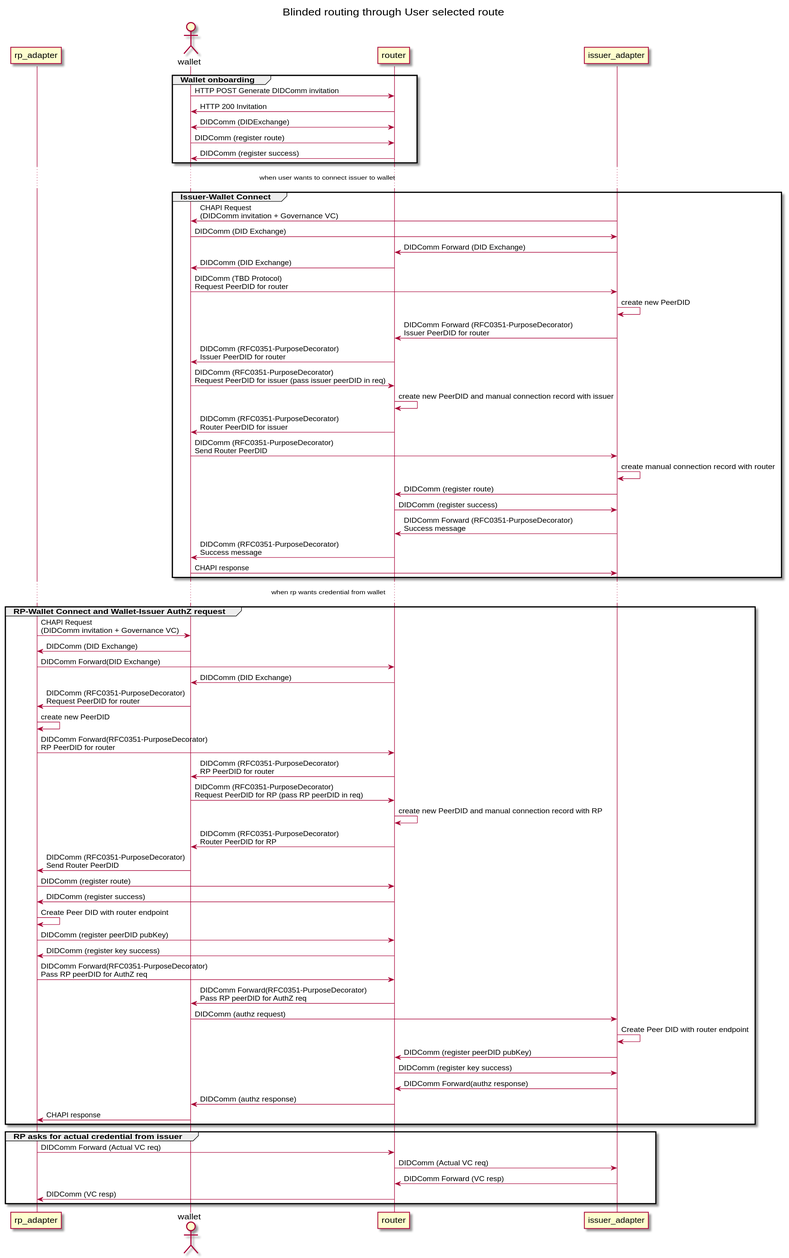
Before: docs/source/images/blinded_routing_flow.svg, a diagram exported from PlantUML (trustbloc/docs).
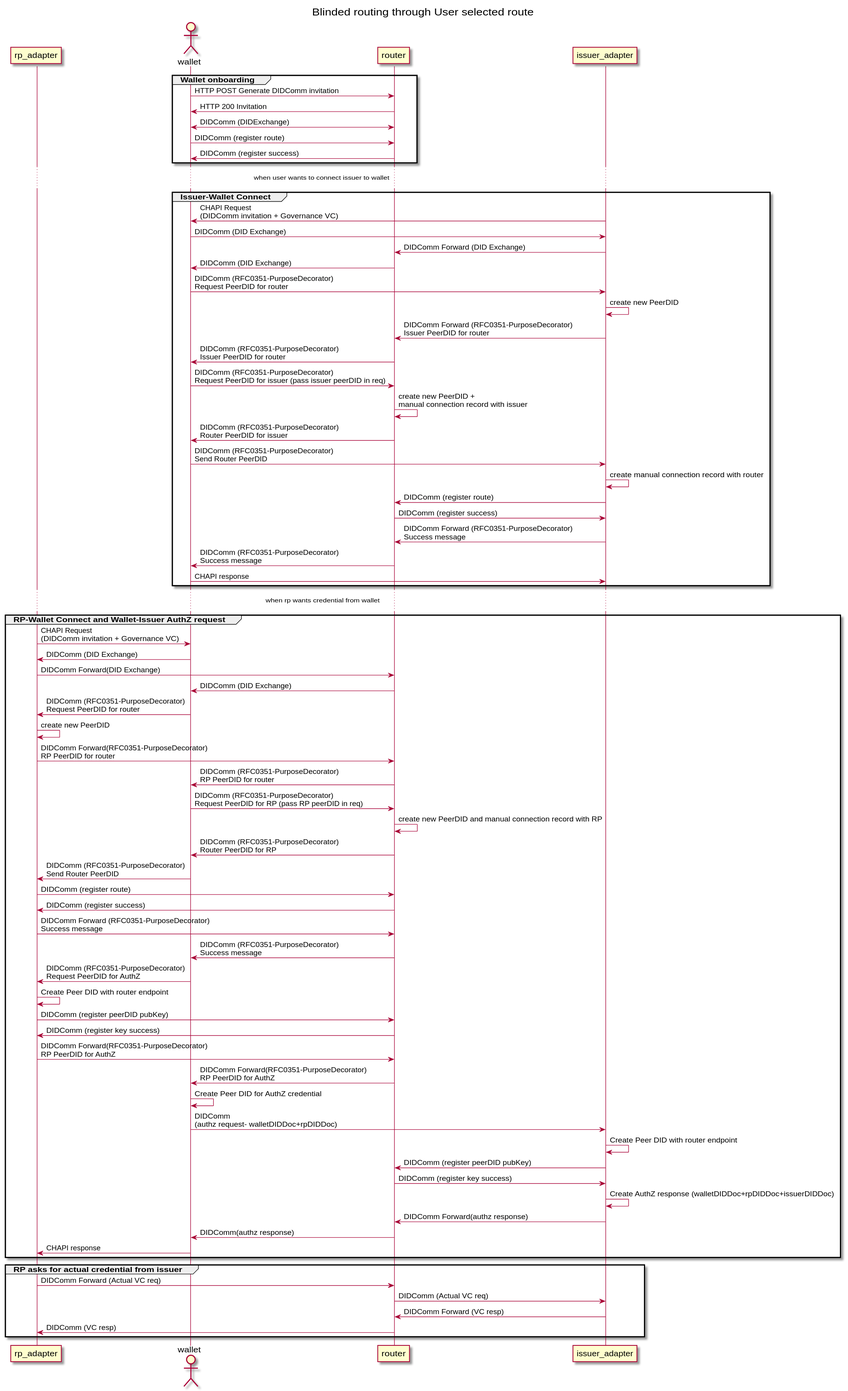
After the commit.

Commit message:
docs: Blinded Routing

- Introduction
- Configuration
- Flow diagram update

The edit, as a diff of the source:
```diff
@@ -21,12 +21,12 @@
 ia -> router : DIDComm Forward (DID Exchange)
 router -> wallet : DIDComm (DID Exchange)
 
-wallet -> ia : DIDComm (TBD Protocol) \nRequest PeerDID for router
+wallet -> ia : DIDComm (RFC0351-PurposeDecorator) \nRequest PeerDID for router
 ia -> ia : create new PeerDID
 ia -> router : DIDComm Forward (RFC0351-PurposeDecorator) \nIssuer PeerDID for router
 router -> wallet : DIDComm (RFC0351-PurposeDecorator) \nIssuer PeerDID for router
 wallet -> router : DIDComm (RFC0351-PurposeDecorator) \nRequest PeerDID for issuer (pass issuer peerDID in req)
-router -> router : create new PeerDID and manual connection record with issuer
+router -> router : create new PeerDID + \nmanual connection record with issuer
 router -> wallet : DIDComm (RFC0351-PurposeDecorator) \nRouter PeerDID for issuer
 wallet -> ia : DIDComm (RFC0351-PurposeDecorator) \nSend Router PeerDID
 ia -> ia : create manual connection record with router
@@ -54,17 +54,23 @@
 wallet -> ra : DIDComm (RFC0351-PurposeDecorator) \nSend Router PeerDID
 ra -> router : DIDComm (register route)
 router -> ra : DIDComm (register success)
+
+ra -> router : DIDComm Forward (RFC0351-PurposeDecorator) \nSuccess message
+router -> wallet : DIDComm (RFC0351-PurposeDecorator) \nSuccess message
+wallet -> ra : DIDComm (RFC0351-PurposeDecorator) \nRequest PeerDID for AuthZ
 ra -> ra : Create Peer DID with router endpoint
 ra -> router : DIDComm (register peerDID pubKey)
 router -> ra : DIDComm (register key success)
-ra -> router : DIDComm Forward(RFC0351-PurposeDecorator) \nPass RP peerDID for AuthZ req
-router -> wallet : DIDComm Forward(RFC0351-PurposeDecorator) \nPass RP peerDID for AuthZ req
-wallet -> ia : DIDComm (authz request)
+ra -> router : DIDComm Forward(RFC0351-PurposeDecorator) \nRP PeerDID for AuthZ
+router -> wallet : DIDComm Forward(RFC0351-PurposeDecorator) \nRP PeerDID for AuthZ
+wallet -> wallet : Create Peer DID for AuthZ credential
+wallet -> ia : DIDComm \n(authz request- walletDIDDoc+rpDIDDoc)
 ia -> ia : Create Peer DID with router endpoint
 ia -> router : DIDComm (register peerDID pubKey)
 router -> ia : DIDComm (register key success)
+ia -> ia : Create AuthZ response (walletDIDDoc+rpDIDDoc+issuerDIDDoc)
 ia -> router : DIDComm Forward(authz response)
-router -> wallet : DIDComm (authz response)
+router -> wallet : DIDComm(authz response)
 wallet -> ra : CHAPI response
 end
 
```
